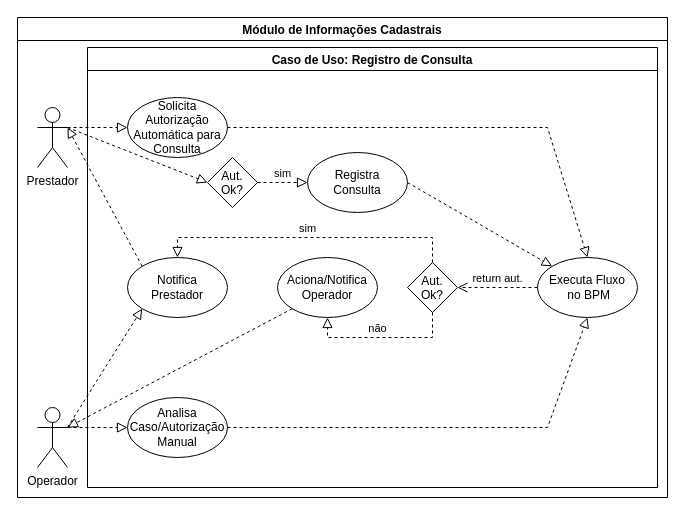
This is page "Reg-Consulta" (4 of 5) of PUC-GISA-M1.drawio from kikoluiss/tcc-puc, a draw.io file, before an edit. Source tidied: cells renumbered, new cells numbered last; positions are measured from the earlier drawing's top-left corner, leaving out a move shared by most shapes. Both pictures are drawn from the tidied source at 100%, with x=0, y=0 at pixel (17, 17).
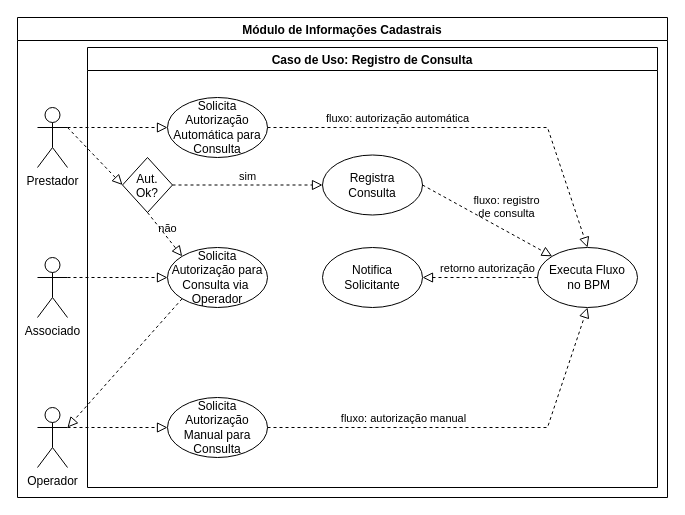
The same page after the edit.

The change refers to these unchanged cells:
```xml
<mxCell id="2" value="Módulo de Informações Cadastrais" style="swimlane;" parent="1" vertex="1">
  <mxGeometry width="650" height="480" as="geometry" />
</mxCell>
<mxCell id="3" value="Prestador" style="shape=umlActor;verticalLabelPosition=bottom;verticalAlign=top;html=1;outlineConnect=0;" parent="2" vertex="1">
  <mxGeometry x="20" y="90" width="30" height="60" as="geometry" />
</mxCell>
<mxCell id="4" value="Caso de Uso: Registro de Consulta" style="swimlane;" parent="2" vertex="1">
  <mxGeometry x="70" y="30" width="570" height="440" as="geometry" />
</mxCell>
<mxCell id="21" value="Operador" style="shape=umlActor;verticalLabelPosition=bottom;verticalAlign=top;html=1;outlineConnect=0;" parent="2" vertex="1">
  <mxGeometry x="20" y="390" width="30" height="60" as="geometry" />
</mxCell>
```

Diff of the diagram source:
```diff
@@
     <mxCell id="5" value="Solicita Autorização Automática para Consulta" style="ellipse;whiteSpace=wrap;html=1;align=center;newEdgeStyle={&quot;edgeStyle&quot;:&quot;entityRelationEdgeStyle&quot;,&quot;startArrow&quot;:&quot;none&quot;,&quot;endArrow&quot;:&quot;none&quot;,&quot;segment&quot;:10,&quot;curved&quot;:1};" parent="4" vertex="1">
-      <mxGeometry x="40" y="50" width="100" height="60" as="geometry" />
+      <mxGeometry x="80" y="50" width="100" height="60" as="geometry" />
     </mxCell>
     <mxCell id="6" value="Executa Fluxo&lt;br&gt;&amp;nbsp;no BPM" style="ellipse;whiteSpace=wrap;html=1;align=center;newEdgeStyle={&quot;edgeStyle&quot;:&quot;entityRelationEdgeStyle&quot;,&quot;startArrow&quot;:&quot;none&quot;,&quot;endArrow&quot;:&quot;none&quot;,&quot;segment&quot;:10,&quot;curved&quot;:1};" parent="4" vertex="1">
-      <mxGeometry x="450" y="210" width="100" height="60" as="geometry" />
+      <mxGeometry x="450" y="200" width="100" height="60" as="geometry" />
     </mxCell>
-    <mxCell id="7" value="Aut.&#10;Ok?" style="rhombus;" parent="4" vertex="1">
-      <mxGeometry x="320" y="215" width="50" height="50" as="geometry" />
-    </mxCell>
-    <mxCell id="8" style="endArrow=block;startArrow=none;endFill=0;startFill=0;endSize=8;html=1;verticalAlign=bottom;dashed=1;labelBackgroundColor=none;rounded=0;entryX=0.5;entryY=0;entryDx=0;entryDy=0;exitX=1;exitY=0.5;exitDx=0;exitDy=0;" parent="4" edge="1" source="5" target="6">
-      <mxGeometry relative="1" as="geometry">
+    <mxCell id="8" value="fluxo: autorização automática" style="endArrow=block;startArrow=none;endFill=0;startFill=0;endSize=8;html=1;verticalAlign=bottom;dashed=1;labelBackgroundColor=none;rounded=0;entryX=0.5;entryY=0;entryDx=0;entryDy=0;exitX=1;exitY=0.5;exitDx=0;exitDy=0;" parent="4" edge="1" source="5" target="6">
+      <mxGeometry x="-0.36" relative="1" as="geometry">
         <Array as="points">
           <mxPoint x="460" y="80" />
         </Array>
       </mxGeometry>
     </mxCell>
-    <mxCell id="9" value="sim" style="endArrow=block;startArrow=none;endFill=0;startFill=0;endSize=8;html=1;verticalAlign=bottom;dashed=1;labelBackgroundColor=none;rounded=0;exitX=0.5;exitY=0;exitDx=0;exitDy=0;entryX=0.5;entryY=0;entryDx=0;entryDy=0;" parent="4" edge="1" source="7" target="16">
-      <mxGeometry relative="1" as="geometry">
-        <Array as="points">
-          <mxPoint x="345" y="190" />
-          <mxPoint x="90" y="190" />
-        </Array>
-      </mxGeometry>
-    </mxCell>
-    <mxCell id="10" value="Aciona/Notifica&lt;br&gt;Operador" style="ellipse;whiteSpace=wrap;html=1;align=center;newEdgeStyle={&quot;edgeStyle&quot;:&quot;entityRelationEdgeStyle&quot;,&quot;startArrow&quot;:&quot;none&quot;,&quot;endArrow&quot;:&quot;none&quot;,&quot;segment&quot;:10,&quot;curved&quot;:1};" parent="4" vertex="1">
-      <mxGeometry x="190" y="210" width="100" height="60" as="geometry" />
+    <mxCell id="10" value="Solicita Autorização para Consulta via&amp;nbsp;&lt;br&gt;Operador" style="ellipse;whiteSpace=wrap;html=1;align=center;newEdgeStyle={&quot;edgeStyle&quot;:&quot;entityRelationEdgeStyle&quot;,&quot;startArrow&quot;:&quot;none&quot;,&quot;endArrow&quot;:&quot;none&quot;,&quot;segment&quot;:10,&quot;curved&quot;:1};" parent="4" vertex="1">
+      <mxGeometry x="80" y="200" width="100" height="60" as="geometry" />
     </mxCell>
-    <mxCell id="11" value="não" style="endArrow=block;startArrow=none;endFill=0;startFill=0;endSize=8;html=1;verticalAlign=bottom;dashed=1;labelBackgroundColor=none;rounded=0;entryX=0.5;entryY=1;entryDx=0;entryDy=0;exitX=0.5;exitY=1;exitDx=0;exitDy=0;" parent="4" edge="1" source="7" target="10">
-      <mxGeometry x="0.06" relative="1" as="geometry">
-        <Array as="points">
-          <mxPoint x="345" y="290" />
-          <mxPoint x="240" y="290" />
-          <mxPoint x="240" y="270" />
-        </Array>
-      </mxGeometry>
-    </mxCell>
-    <mxCell id="12" value="return aut." style="html=1;verticalAlign=bottom;endArrow=open;dashed=1;endSize=8;rounded=0;strokeColor=default;entryX=1;entryY=0.5;entryDx=0;entryDy=0;exitX=0;exitY=0.5;exitDx=0;exitDy=0;" parent="4" edge="1" source="6" target="7">
-      <mxGeometry relative="1" as="geometry" />
-    </mxCell>
-    <mxCell id="13" value="Analisa &lt;br&gt;Caso/Autorização Manual" style="ellipse;whiteSpace=wrap;html=1;align=center;newEdgeStyle={&quot;edgeStyle&quot;:&quot;entityRelationEdgeStyle&quot;,&quot;startArrow&quot;:&quot;none&quot;,&quot;endArrow&quot;:&quot;none&quot;,&quot;segment&quot;:10,&quot;curved&quot;:1};" parent="4" vertex="1">
-      <mxGeometry x="40" y="350" width="100" height="60" as="geometry" />
+    <mxCell id="13" value="Solicita&lt;br&gt;Autorização Manual para Consulta" style="ellipse;whiteSpace=wrap;html=1;align=center;newEdgeStyle={&quot;edgeStyle&quot;:&quot;entityRelationEdgeStyle&quot;,&quot;startArrow&quot;:&quot;none&quot;,&quot;endArrow&quot;:&quot;none&quot;,&quot;segment&quot;:10,&quot;curved&quot;:1};" parent="4" vertex="1">
+      <mxGeometry x="80" y="350" width="100" height="60" as="geometry" />
     </mxCell>
-    <mxCell id="14" style="endArrow=block;startArrow=none;endFill=0;startFill=0;endSize=8;html=1;verticalAlign=bottom;dashed=1;labelBackgroundColor=none;rounded=0;entryX=0.5;entryY=1;entryDx=0;entryDy=0;exitX=1;exitY=0.5;exitDx=0;exitDy=0;strokeColor=default;" parent="4" edge="1" source="13" target="6">
-      <mxGeometry relative="1" as="geometry">
+    <mxCell id="14" value="fluxo: autorização manual" style="endArrow=block;startArrow=none;endFill=0;startFill=0;endSize=8;html=1;verticalAlign=bottom;dashed=1;labelBackgroundColor=none;rounded=0;entryX=0.5;entryY=1;entryDx=0;entryDy=0;exitX=1;exitY=0.5;exitDx=0;exitDy=0;strokeColor=default;" parent="4" edge="1" source="13" target="6">
+      <mxGeometry x="-0.33" relative="1" as="geometry">
         <Array as="points">
           <mxPoint x="460" y="380" />
         </Array>
       </mxGeometry>
     </mxCell>
     <mxCell id="15" value="Aut.&#10;Ok?" style="rhombus;" parent="4" vertex="1">
-      <mxGeometry x="120" y="110" width="50" height="50" as="geometry" />
+      <mxGeometry x="35" y="110" width="50" height="55" as="geometry" />
     </mxCell>
-    <mxCell id="16" value="Notifica&lt;br&gt;Prestador" style="ellipse;whiteSpace=wrap;html=1;align=center;newEdgeStyle={&quot;edgeStyle&quot;:&quot;entityRelationEdgeStyle&quot;,&quot;startArrow&quot;:&quot;none&quot;,&quot;endArrow&quot;:&quot;none&quot;,&quot;segment&quot;:10,&quot;curved&quot;:1};" parent="4" vertex="1">
-      <mxGeometry x="40" y="210" width="100" height="60" as="geometry" />
-    </mxCell>
     <mxCell id="17" value="Registra &lt;br&gt;Consulta" style="ellipse;whiteSpace=wrap;html=1;align=center;newEdgeStyle={&quot;edgeStyle&quot;:&quot;entityRelationEdgeStyle&quot;,&quot;startArrow&quot;:&quot;none&quot;,&quot;endArrow&quot;:&quot;none&quot;,&quot;segment&quot;:10,&quot;curved&quot;:1};" parent="4" vertex="1">
-      <mxGeometry x="220" y="105" width="100" height="60" as="geometry" />
+      <mxGeometry x="235" y="107.5" width="100" height="60" as="geometry" />
     </mxCell>
@@
-    <mxCell id="19" style="endArrow=block;startArrow=none;endFill=0;startFill=0;endSize=8;html=1;verticalAlign=bottom;dashed=1;labelBackgroundColor=none;rounded=0;entryX=0;entryY=0;entryDx=0;entryDy=0;exitX=1;exitY=0.5;exitDx=0;exitDy=0;strokeColor=default;" parent="4" edge="1" source="17" target="6">
-      <mxGeometry relative="1" as="geometry" />
+    <mxCell id="19" value="fluxo:&amp;nbsp;registro&lt;br&gt;de&amp;nbsp;consulta" style="endArrow=block;startArrow=none;endFill=0;startFill=0;endSize=8;html=1;verticalAlign=bottom;dashed=1;labelBackgroundColor=none;rounded=0;entryX=0;entryY=0;entryDx=0;entryDy=0;exitX=1;exitY=0.5;exitDx=0;exitDy=0;strokeColor=default;" parent="4" edge="1" source="17" target="6">
+      <mxGeometry x="0.24" y="8" relative="1" as="geometry" />
     </mxCell>
+    <mxCell id="11" value="não" style="endArrow=block;startArrow=none;endFill=0;startFill=0;endSize=8;html=1;verticalAlign=bottom;dashed=1;labelBackgroundColor=none;rounded=0;entryX=0;entryY=0;entryDx=0;entryDy=0;strokeColor=default;exitX=0.5;exitY=1;exitDx=0;exitDy=0;" parent="4" edge="1" source="15" target="10">
+      <mxGeometry x="0.15" relative="1" as="geometry" />
+    </mxCell>
+    <mxCell id="27" value="Notifica&lt;br&gt;Solicitante" style="ellipse;whiteSpace=wrap;html=1;align=center;newEdgeStyle={&quot;edgeStyle&quot;:&quot;entityRelationEdgeStyle&quot;,&quot;startArrow&quot;:&quot;none&quot;,&quot;endArrow&quot;:&quot;none&quot;,&quot;segment&quot;:10,&quot;curved&quot;:1};" parent="4" vertex="1">
+      <mxGeometry x="235" y="200" width="100" height="60" as="geometry" />
+    </mxCell>
+    <mxCell id="28" value="retorno autorização" style="endArrow=block;startArrow=none;endFill=0;startFill=0;endSize=8;html=1;verticalAlign=bottom;dashed=1;labelBackgroundColor=none;rounded=0;entryX=1;entryY=0.5;entryDx=0;entryDy=0;exitX=0;exitY=0.5;exitDx=0;exitDy=0;strokeColor=default;" parent="4" edge="1" source="6" target="27">
+      <mxGeometry x="-0.13" relative="1" as="geometry" />
+    </mxCell>
@@
-    <mxCell id="24" style="endArrow=block;startArrow=none;endFill=0;startFill=0;endSize=8;html=1;verticalAlign=bottom;dashed=1;labelBackgroundColor=none;rounded=0;entryX=1;entryY=0.3333333333333333;entryDx=0;entryDy=0;exitX=0;exitY=0;exitDx=0;exitDy=0;strokeColor=default;entryPerimeter=0;" parent="2" edge="1" source="16" target="3">
-      <mxGeometry relative="1" as="geometry" />
-    </mxCell>
-    <mxCell id="25" style="endArrow=block;startArrow=none;endFill=0;startFill=0;endSize=8;html=1;verticalAlign=bottom;dashed=1;labelBackgroundColor=none;rounded=0;entryX=0;entryY=1;entryDx=0;entryDy=0;exitX=1;exitY=0.3333333333333333;exitDx=0;exitDy=0;strokeColor=default;exitPerimeter=0;" parent="2" edge="1" source="21" target="16">
-      <mxGeometry relative="1" as="geometry" />
-    </mxCell>
@@
+    <mxCell id="29" value="Associado" style="shape=umlActor;verticalLabelPosition=bottom;verticalAlign=top;html=1;outlineConnect=0;" parent="2" vertex="1">
+      <mxGeometry x="20" y="240" width="30" height="60" as="geometry" />
+    </mxCell>
+    <mxCell id="30" style="endArrow=block;startArrow=none;endFill=0;startFill=0;endSize=8;html=1;verticalAlign=bottom;dashed=1;labelBackgroundColor=none;rounded=0;entryX=0;entryY=0.5;entryDx=0;entryDy=0;exitX=1;exitY=0.3333333333333333;exitDx=0;exitDy=0;exitPerimeter=0;strokeColor=default;" parent="2" edge="1" source="29" target="10">
+      <mxGeometry relative="1" as="geometry" />
+    </mxCell>
```
